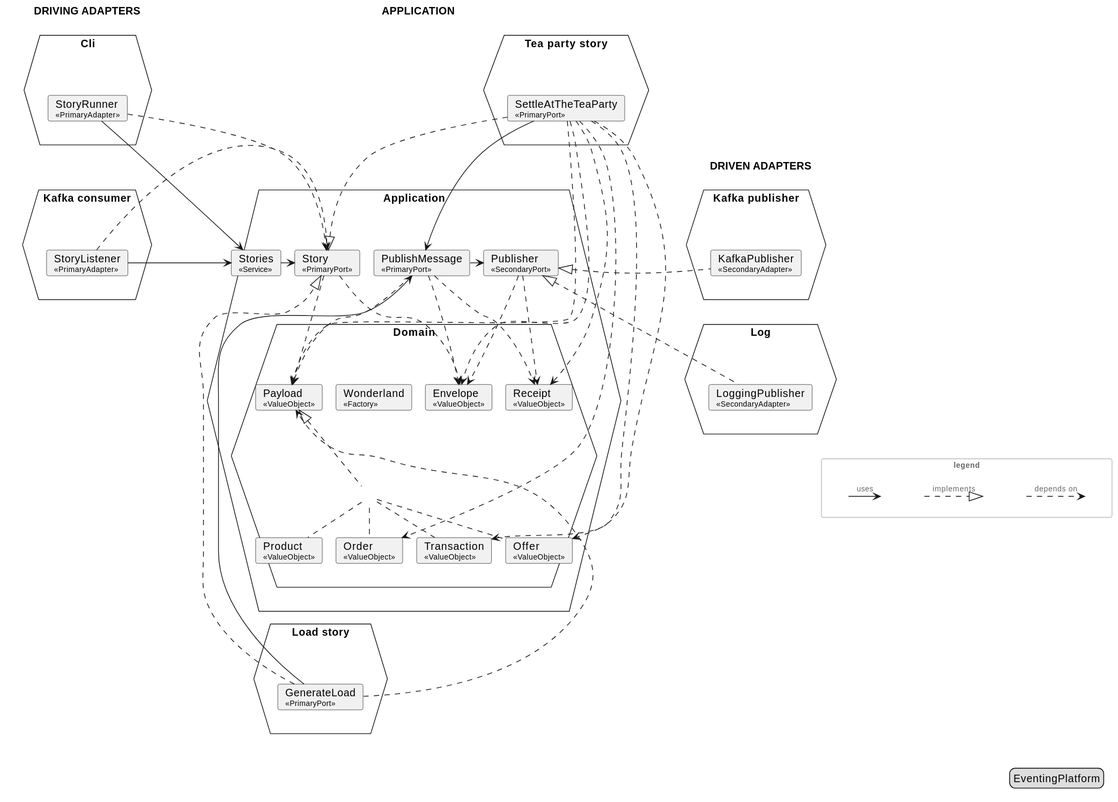
Mathmagicians/confluent-eventing-playground keeps this PlantUML diagram as docs/generated/architecture/svg/hexagon.svg. Above is the earlier version.
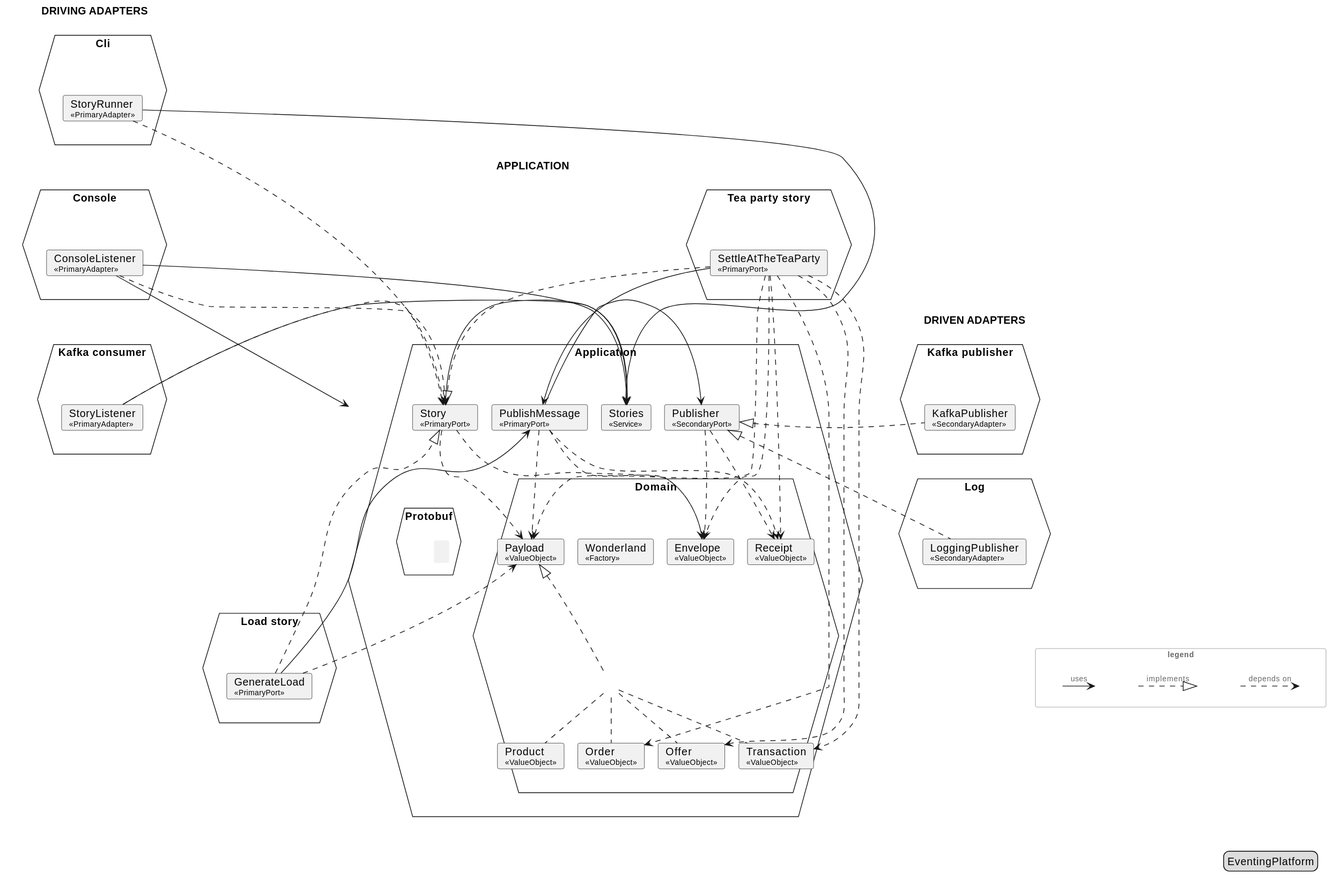
The same diagram one commit later.

What changed in the source:
```diff
@@ -17,12 +17,18 @@
       card "StoryRunner\n<size:10>«PrimaryAdapter»</size>" as m_Cli_StoryRunner
     }
   }
+  hexagon "Console" as m_Console {
+    rectangle "<size:1> </size>" as m_Console_in #line:transparent {
+      card "ConsoleListener\n<size:10>«PrimaryAdapter»</size>" as m_Console_ConsoleListener
+    }
+  }
   hexagon "Kafka consumer" as m_Kafka_consumer {
     rectangle "<size:1> </size>" as m_Kafka_consumer_in #line:transparent {
       card "StoryListener\n<size:10>«PrimaryAdapter»</size>" as m_Kafka_consumer_StoryListener
     }
   }
-  m_Cli_StoryRunner -[hidden]down-> m_Kafka_consumer_StoryListener
+  m_Cli_StoryRunner -[hidden]down-> m_Console_ConsoleListener
+  m_Console_ConsoleListener -[hidden]down-> m_Kafka_consumer_StoryListener
 }
 rectangle "APPLICATION" as core #line:transparent {
   hexagon "Application" as m_Application {
@@ -59,6 +65,11 @@
           m_Domain_Payload -[hidden]down-> m_Domain_Order
         }
       }
+      hexagon "Protobuf" as m_Protobuf {
+        rectangle "<size:1> </size>" as m_Protobuf_in #line:transparent {
+        }
+      }
+      m_Domain_Receipt -[hidden]right-> m_Protobuf
       m_Application_PublishMessage -[hidden]down-> m_Domain_Envelope
       m_Application_Story -[hidden]down-> m_Domain_Envelope
       m_Application_Publisher -[hidden]down-> m_Domain_Envelope
@@ -79,6 +90,7 @@
   m_Domain_Order -[hidden]down-> m_Load_story_GenerateLoad
   m_Domain_Product -[hidden]down-> m_Load_story_GenerateLoad
   m_Domain_Transaction -[hidden]down-> m_Load_story_GenerateLoad
+  m_Protobuf -[hidden]down-> m_Load_story_GenerateLoad
   m_Load_story_GenerateLoad -[hidden]down-> m_Tea_party_story_SettleAtTheTeaParty
 }
 rectangle "DRIVEN ADAPTERS" as driven #line:transparent {
@@ -106,6 +118,9 @@
 m_Application_Story ..> m_Domain_Payload
 m_Cli_StoryRunner -right-> m_Application_Stories
 m_Cli_StoryRunner .right.> m_Application_Story
+m_Console_ConsoleListener -right-> m_Application
+m_Console_ConsoleListener -right-> m_Application_Stories
+m_Console_ConsoleListener .right.> m_Application_Story
 m_Kafka_consumer_StoryListener -right-> m_Application_Stories
 m_Kafka_consumer_StoryListener .right.> m_Application_Story
 m_Kafka_publisher_KafkaPublisher .left.|> m_Application_Publisher
```
